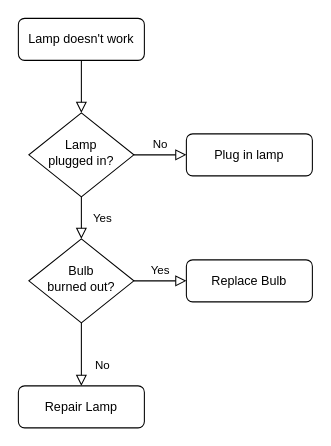
The draw.io diagram Namnlöst diagram.drawio in emdi4663/Genome-Analysis-Paper-I, before the edit. Source tidied: cells renumbered, new cells numbered last; positions are measured from the earlier drawing's top-left corner, leaving out a move shared by most shapes. Both pictures are drawn from the tidied source at 105%, with x=0, y=0 at pixel (18, 18).
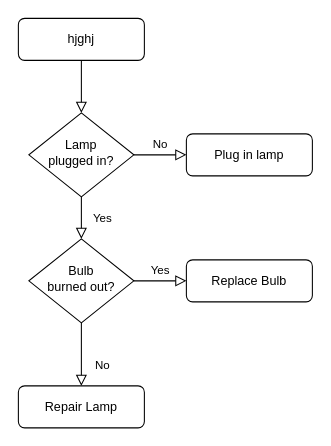
The same diagram, later.

What changed in the source:
```diff
@@
 <mxGraphModel>
   <root>
     <mxCell id="0" />
     <mxCell id="1" parent="0" />
     <mxCell id="2" style="rounded=0;html=1;jettySize=auto;fontSize=11;endArrow=block;endFill=0;endSize=8;strokeWidth=1;shadow=0;labelBackgroundColor=none;edgeStyle=orthogonalEdgeStyle;" parent="1" edge="1" source="3" target="6">
       <mxGeometry relative="1" as="geometry" />
     </mxCell>
-    <mxCell id="3" value="Lamp doesn't work" style="rounded=1;whiteSpace=wrap;html=1;fontSize=12;glass=0;strokeWidth=1;shadow=0;" parent="1" vertex="1">
+    <mxCell id="3" value="hjghj" style="rounded=1;whiteSpace=wrap;html=1;fontSize=12;glass=0;strokeWidth=1;shadow=0;" parent="1" vertex="1">
       <mxGeometry width="120" height="40" as="geometry" />
     </mxCell>
     <mxCell id="4" value="Yes" style="rounded=0;html=1;jettySize=auto;fontSize=11;endArrow=block;endFill=0;endSize=8;strokeWidth=1;shadow=0;labelBackgroundColor=none;edgeStyle=orthogonalEdgeStyle;" parent="1" edge="1" source="6" target="10">
       <mxGeometry y="20" relative="1" as="geometry" />
     </mxCell>
     <mxCell id="5" value="No" style="edgeStyle=orthogonalEdgeStyle;rounded=0;html=1;jettySize=auto;fontSize=11;endArrow=block;endFill=0;endSize=8;strokeWidth=1;shadow=0;labelBackgroundColor=none;" parent="1" edge="1" source="6" target="7">
       <mxGeometry y="10" relative="1" as="geometry" />
     </mxCell>
     <mxCell id="6" value="Lamp&lt;br&gt;plugged in?" style="rhombus;whiteSpace=wrap;html=1;shadow=0;fontFamily=Helvetica;fontSize=12;align=center;strokeWidth=1;spacing=6;spacingTop=-4;" parent="1" vertex="1">
       <mxGeometry x="10" y="90" width="100" height="80" as="geometry" />
     </mxCell>
     <mxCell id="7" value="Plug in lamp" style="rounded=1;whiteSpace=wrap;html=1;fontSize=12;glass=0;strokeWidth=1;shadow=0;" parent="1" vertex="1">
       <mxGeometry x="160" y="110" width="120" height="40" as="geometry" />
     </mxCell>
     <mxCell id="8" value="No" style="rounded=0;html=1;jettySize=auto;fontSize=11;endArrow=block;endFill=0;endSize=8;strokeWidth=1;shadow=0;labelBackgroundColor=none;edgeStyle=orthogonalEdgeStyle;" parent="1" edge="1" source="10" target="11">
       <mxGeometry x="0.33" y="20" relative="1" as="geometry" />
     </mxCell>
     <mxCell id="9" value="Yes" style="edgeStyle=orthogonalEdgeStyle;rounded=0;html=1;jettySize=auto;fontSize=11;endArrow=block;endFill=0;endSize=8;strokeWidth=1;shadow=0;labelBackgroundColor=none;" parent="1" edge="1" source="10" target="12">
       <mxGeometry y="10" relative="1" as="geometry" />
     </mxCell>
     <mxCell id="10" value="Bulb&lt;br&gt;burned out?" style="rhombus;whiteSpace=wrap;html=1;shadow=0;fontFamily=Helvetica;fontSize=12;align=center;strokeWidth=1;spacing=6;spacingTop=-4;" parent="1" vertex="1">
       <mxGeometry x="10" y="210" width="100" height="80" as="geometry" />
     </mxCell>
     <mxCell id="11" value="Repair Lamp" style="rounded=1;whiteSpace=wrap;html=1;fontSize=12;glass=0;strokeWidth=1;shadow=0;" parent="1" vertex="1">
       <mxGeometry y="350" width="120" height="40" as="geometry" />
     </mxCell>
     <mxCell id="12" value="Replace Bulb" style="rounded=1;whiteSpace=wrap;html=1;fontSize=12;glass=0;strokeWidth=1;shadow=0;" parent="1" vertex="1">
       <mxGeometry x="160" y="230" width="120" height="40" as="geometry" />
     </mxCell>
   </root>
 </mxGraphModel>
```
